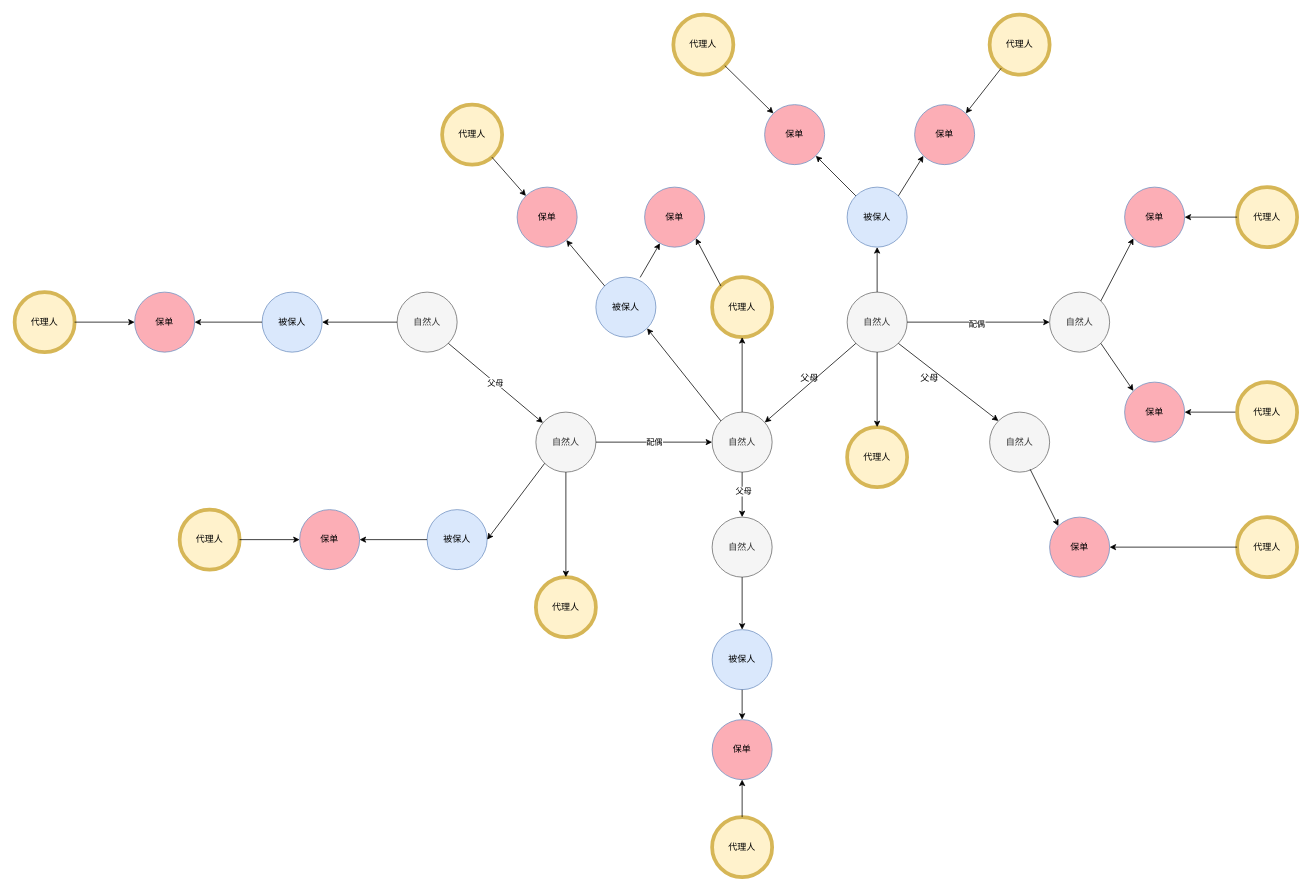
XiaoLiuAI/diagrams keeps this draw.io diagram as risky_family.drawio. Above is the earlier version. Source tidied: cells renumbered, new cells numbered last; positions are measured from the earlier drawing's top-left corner, leaving out a move shared by most shapes. Both pictures are drawn from the tidied source at 75%, with x=0, y=0 at pixel (14, 14).
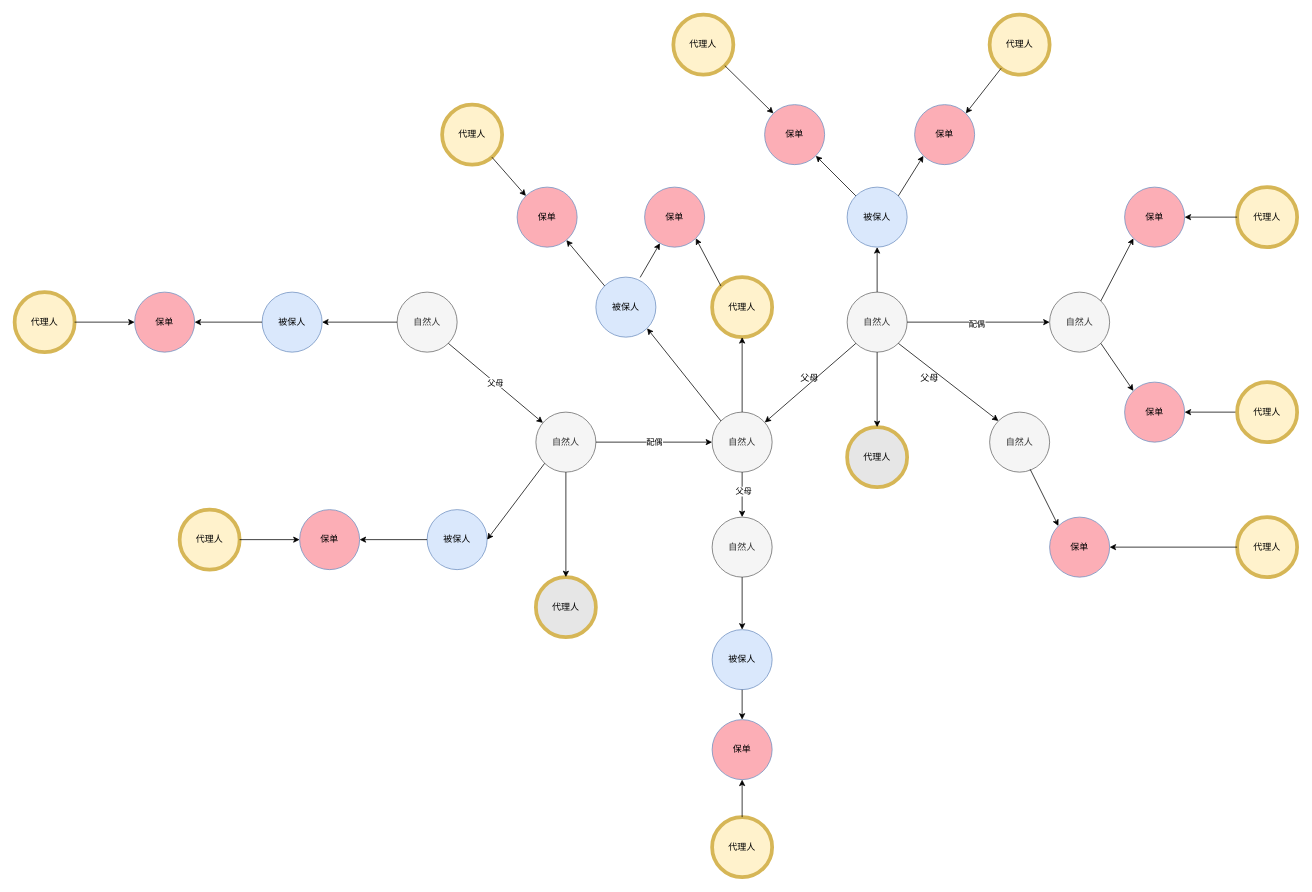
After the change.

The edit, as a diff of the source:
```diff
@@
-    <mxCell id="22" value="代理人" style="ellipse;whiteSpace=wrap;html=1;fillColor=#fff2cc;strokeColor=#d6b656;strokeWidth=5;" parent="1" vertex="1">
+    <mxCell id="22" value="代理人" style="ellipse;whiteSpace=wrap;html=1;fillColor=#E6E6E6;strokeColor=#d6b656;strokeWidth=5;" parent="1" vertex="1">
       <mxGeometry x="695" y="750" width="80" height="80" as="geometry" />
     </mxCell>
@@
-    <mxCell id="37" value="代理人" style="ellipse;whiteSpace=wrap;html=1;fillColor=#fff2cc;strokeColor=#d6b656;strokeWidth=5;" parent="1" vertex="1">
+    <mxCell id="37" value="代理人" style="ellipse;whiteSpace=wrap;html=1;fillColor=#E6E6E6;strokeColor=#d6b656;strokeWidth=5;" parent="1" vertex="1">
       <mxGeometry x="1110" y="550" width="80" height="80" as="geometry" />
     </mxCell>
```
